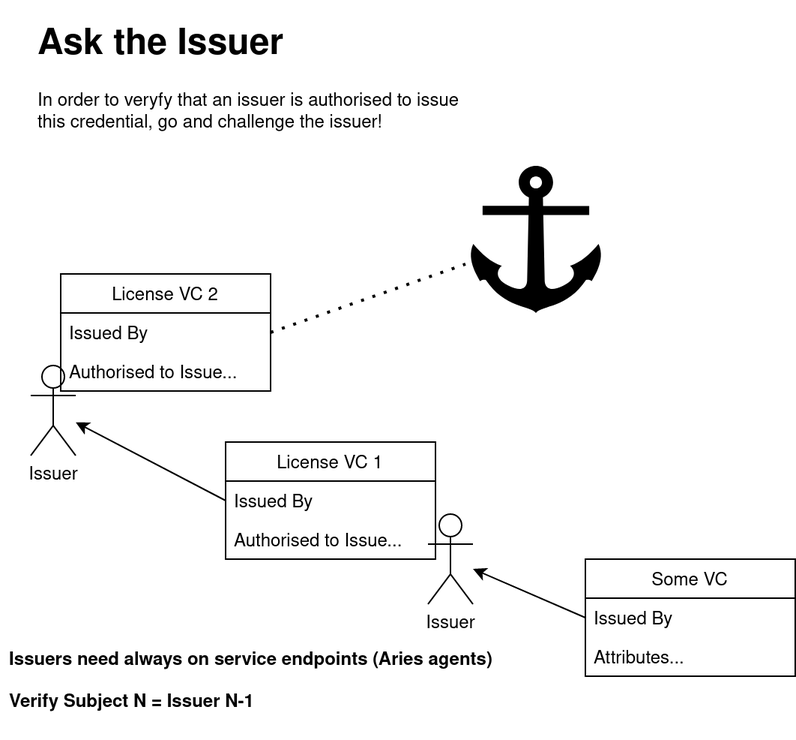
european-epc-competence-center/vc-prototyping-gs1-slides keeps this draw.io diagram as VC-Chaining-Variants-Chaining by Issuer.drawio.png. Above is the earlier version. Source tidied: cells renumbered, new cells last; positions are measured from the earlier drawing's top-left corner, leaving out a move shared by most shapes.
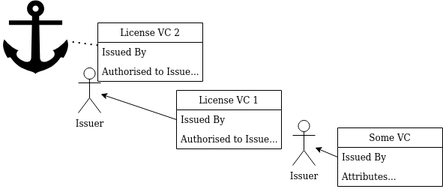
The same file after the commit.

Diff of the diagram source:
```diff
@@ -1,15 +1,12 @@
-<mxGraphModel>
+<mxGraphModel background="#FFFFFF">
   <root>
     <mxCell id="0" />
     <mxCell id="1" parent="0" />
-    <mxCell id="2" value="&lt;h1&gt;Ask the Issuer&lt;br&gt;&lt;/h1&gt;&lt;p&gt;In order to veryfy that an issuer is authorised to issue this credential, go and challenge the issuer!&lt;br&gt;&lt;/p&gt;" style="text;html=1;strokeColor=none;fillColor=none;spacing=5;spacingTop=-20;whiteSpace=wrap;overflow=hidden;rounded=0;" parent="1" vertex="1">
-      <mxGeometry x="20" width="310" height="100" as="geometry" />
-    </mxCell>
     <mxCell id="3" style="rounded=0;jettySize=auto;html=1;exitX=0;exitY=0.5;exitDx=0;exitDy=0;" parent="1" edge="1" source="5" target="7">
       <mxGeometry relative="1" as="geometry" />
     </mxCell>
     <mxCell id="4" value="Some VC" style="swimlane;fontStyle=0;horizontal=1;startSize=26;" parent="1" vertex="1">
-      <mxGeometry x="390" y="362" width="140" height="78" as="geometry" />
+      <mxGeometry x="360" y="312" width="140" height="78" as="geometry" />
     </mxCell>
     <mxCell id="5" value="Issued By" style="text;strokeColor=none;fillColor=none;align=left;verticalAlign=top;spacingLeft=4;spacingRight=4;overflow=hidden;points=[[0,0.5],[1,0.5]];portConstraint=eastwest;" parent="4" vertex="1">
       <mxGeometry y="26" width="140" height="26" as="geometry" />
@@ -18,10 +15,10 @@
       <mxGeometry y="52" width="140" height="26" as="geometry" />
     </mxCell>
     <mxCell id="7" value="Issuer" style="shape=umlActor;verticalLabelPosition=bottom;verticalAlign=top;html=1;outlineConnect=0;" parent="1" vertex="1">
-      <mxGeometry x="285" y="332" width="30" height="60" as="geometry" />
+      <mxGeometry x="300" y="302" width="30" height="60" as="geometry" />
     </mxCell>
     <mxCell id="8" value="License VC 1" style="swimlane;fontStyle=0;horizontal=1;startSize=26;" parent="1" vertex="1">
-      <mxGeometry x="150" y="284" width="140" height="78" as="geometry" />
+      <mxGeometry x="145" y="262" width="140" height="78" as="geometry" />
     </mxCell>
     <mxCell id="9" value="Issued By" style="text;strokeColor=none;fillColor=none;align=left;verticalAlign=top;spacingLeft=4;spacingRight=4;overflow=hidden;points=[[0,0.5],[1,0.5]];portConstraint=eastwest;" parent="8" vertex="1">
       <mxGeometry y="26" width="140" height="26" as="geometry" />
@@ -30,7 +27,7 @@
       <mxGeometry y="52" width="140" height="26" as="geometry" />
     </mxCell>
     <mxCell id="11" value="Issuer" style="shape=umlActor;verticalLabelPosition=bottom;verticalAlign=top;html=1;outlineConnect=0;" parent="1" vertex="1">
-      <mxGeometry x="20" y="233" width="30" height="60" as="geometry" />
+      <mxGeometry x="14" y="232" width="30" height="60" as="geometry" />
     </mxCell>
     <mxCell id="12" style="edgeStyle=none;rounded=0;jettySize=auto;html=1;exitX=0;exitY=0.5;exitDx=0;exitDy=0;" parent="1" edge="1" source="9" target="11">
       <mxGeometry relative="1" as="geometry" />
@@ -44,14 +41,11 @@
     <mxCell id="15" value="Authorised to Issue..." style="text;strokeColor=none;fillColor=none;align=left;verticalAlign=top;spacingLeft=4;spacingRight=4;overflow=hidden;" parent="13" vertex="1">
       <mxGeometry y="52" width="140" height="26" as="geometry" />
     </mxCell>
-    <mxCell id="16" style="endArrow=none;dashed=1;html=1;dashPattern=1 3;strokeWidth=2;rounded=0;exitX=1;exitY=0.5;exitDx=0;exitDy=0;" parent="1" edge="1" source="14" target="17">
+    <mxCell id="16" style="endArrow=none;dashed=1;html=1;dashPattern=1 3;strokeWidth=2;rounded=0;" parent="1" edge="1" source="13" target="17">
       <mxGeometry relative="1" as="geometry" />
     </mxCell>
     <mxCell id="17" style="shape=mxgraph.signs.transportation.anchor_2;html=1;fillColor=#000000;strokeColor=none;verticalLabelPosition=bottom;verticalAlign=top;align=center;" parent="1" vertex="1">
-      <mxGeometry x="310" y="100" width="94" height="98" as="geometry" />
+      <mxGeometry x="-90" y="142" width="94" height="98" as="geometry" />
     </mxCell>
-    <mxCell id="18" value="Issuers need always on service endpoints (Aries agents)&#10;&#10;Verify Subject N = Issuer N-1" style="text;strokeColor=none;fillColor=none;align=left;verticalAlign=middle;spacingLeft=4;spacingRight=4;overflow=hidden;fontStyle=1;" parent="1" vertex="1">
-      <mxGeometry y="402" width="390" height="80" as="geometry" />
-    </mxCell>
   </root>
 </mxGraphModel>
```
